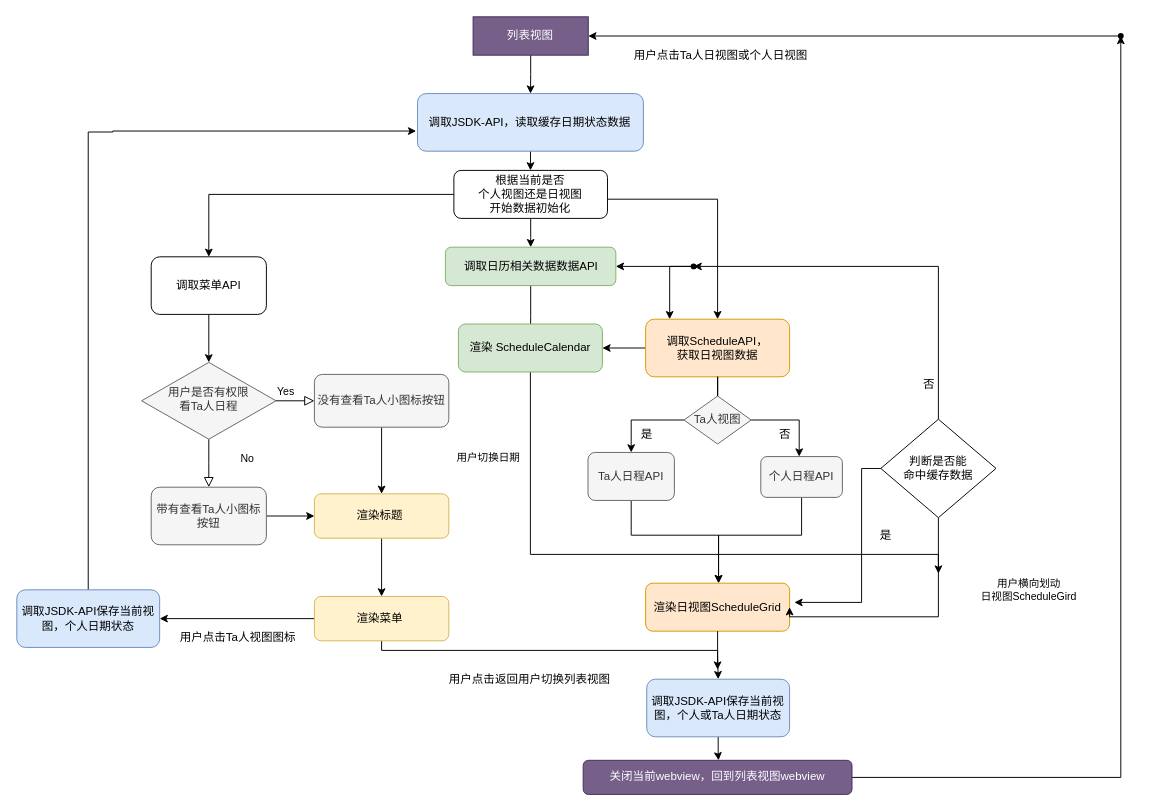
The draw.io diagram page "Page-1" (1 of 2) of Untitled Diagram.drawio in Leonard-Li777/awesome-ant-design, before the edit. Source tidied: cells renumbered, new cells numbered last; positions are measured from the earlier drawing's top-left corner, leaving out a move shared by most shapes. Both pictures are drawn from the tidied source at 96%, with x=0, y=0 at pixel (16, 16).
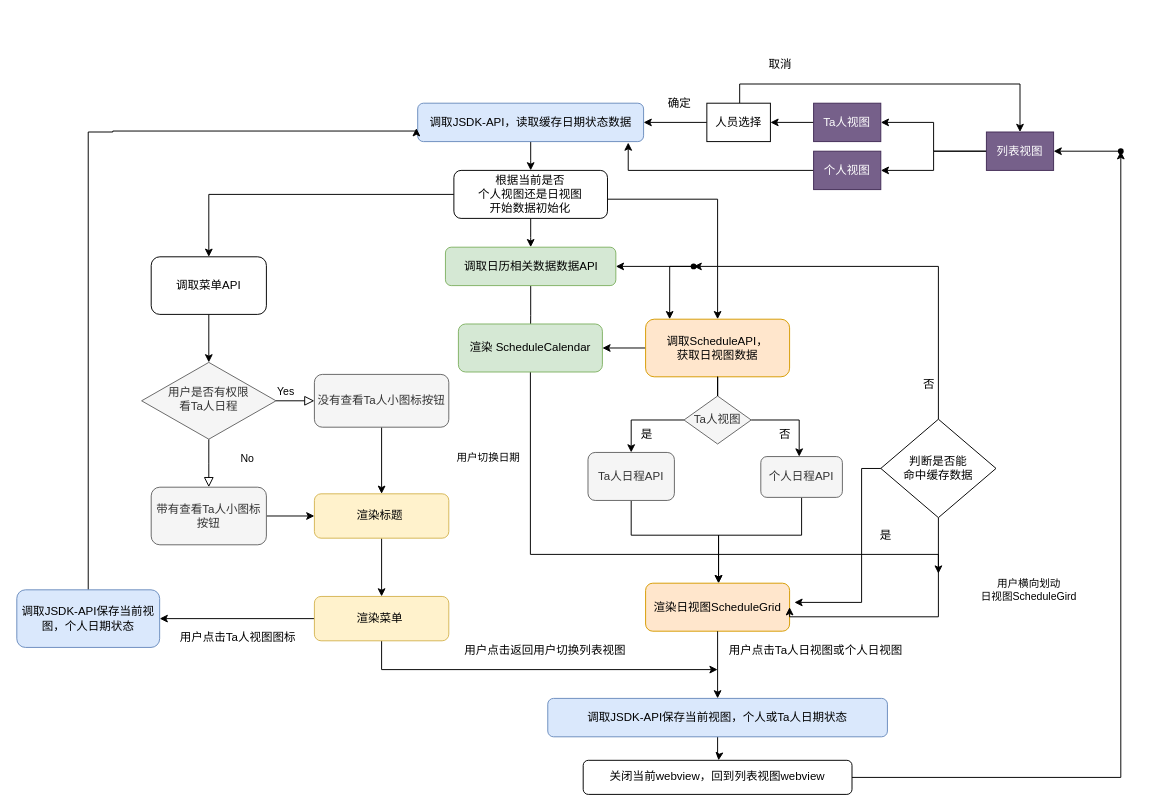
After the change.

Unchanged cells that the change refers to:
```xml
<mxCell id="52" value="渲染菜单&amp;nbsp;" style="rounded=1;whiteSpace=wrap;html=1;fontSize=12;glass=0;strokeWidth=1;shadow=0;fillColor=#fff2cc;strokeColor=#d6b656;" parent="1" vertex="1">
  <mxGeometry x="310" y="603.8" width="140" height="46.2" as="geometry" />
</mxCell>
```

Change to the diagram source:
```diff
@@
     <mxCell id="40" value="调取JSDK-API保存当前视图，个人或Ta人日期状态" style="whiteSpace=wrap;html=1;rounded=1;shadow=0;strokeWidth=1;glass=0;fillColor=#dae8fc;strokeColor=#6c8ebf;" parent="1" vertex="1">
-      <mxGeometry x="656.2" y="690" width="148.8" height="60" as="geometry" />
+      <mxGeometry x="553.1" y="710" width="353.8" height="40" as="geometry" />
     </mxCell>
@@
-    <mxCell id="43" value="关闭当前webview，回到列表视图webview" style="rounded=1;whiteSpace=wrap;html=1;fillColor=#76608a;strokeColor=#432D57;fontColor=#ffffff;" parent="1" vertex="1">
+    <mxCell id="43" value="关闭当前webview，回到列表视图webview" style="rounded=1;whiteSpace=wrap;html=1;" parent="1" vertex="1">
       <mxGeometry x="590" y="774.5" width="280" height="35.5" as="geometry" />
     </mxCell>
@@
     <mxCell id="49" value="用户点击返回用户切换列表视图" style="text;html=1;align=center;verticalAlign=middle;strokeColor=none;" parent="1" vertex="1">
-      <mxGeometry x="444" y="680" width="180" height="20" as="geometry" />
+      <mxGeometry x="460" y="650" width="180" height="20" as="geometry" />
     </mxCell>
     <mxCell id="50" style="edgeStyle=orthogonalEdgeStyle;rounded=0;jettySize=auto;html=1;" parent="1" edge="1" source="52">
       <mxGeometry relative="1" as="geometry">
         <mxPoint x="730" y="680" as="targetPoint" />
         <Array as="points">
-          <mxPoint x="380" y="660" />
-          <mxPoint x="730" y="660" />
+          <mxPoint x="380" y="680" />
         </Array>
       </mxGeometry>
     </mxCell>
@@
     <mxCell id="54" value="调取JSDK-API，读取缓存日期状态数据" style="rounded=1;whiteSpace=wrap;html=1;fillColor=#dae8fc;strokeColor=#6c8ebf;" parent="1" vertex="1">
-      <mxGeometry x="417.4" y="80" width="235.3" height="60" as="geometry" />
+      <mxGeometry x="417.6" y="90" width="235.3" height="40" as="geometry" />
     </mxCell>
@@
-    <mxCell id="59" style="edgeStyle=orthogonalEdgeStyle;rounded=0;jettySize=auto;html=1;" parent="1" edge="1" source="60" target="54">
-      <mxGeometry relative="1" as="geometry" />
-    </mxCell>
+    <mxCell id="64" style="edgeStyle=orthogonalEdgeStyle;rounded=0;jettySize=auto;html=1;" parent="1" edge="1" source="60" target="67">
+      <mxGeometry relative="1" as="geometry" />
+    </mxCell>
+    <mxCell id="65" style="edgeStyle=orthogonalEdgeStyle;rounded=0;jettySize=auto;html=1;" parent="1" edge="1" source="60" target="69">
+      <mxGeometry relative="1" as="geometry" />
+    </mxCell>
     <mxCell id="60" value="列表视图" style="whiteSpace=wrap;html=1;fillColor=#76608a;strokeColor=#432D57;fontColor=#ffffff;" parent="1" vertex="1">
-      <mxGeometry x="475.3" width="120" height="40" as="geometry" />
+      <mxGeometry x="1010" y="120" width="70" height="40" as="geometry" />
     </mxCell>
     <mxCell id="61" value="用户点击Ta人日视图或个人日视图" style="text;html=1;strokeColor=none;fillColor=none;align=center;verticalAlign=middle;whiteSpace=wrap;rounded=0;" parent="1" vertex="1">
-      <mxGeometry x="641.2" y="30" width="184.7" height="20" as="geometry" />
+      <mxGeometry x="740" y="650" width="184.7" height="20" as="geometry" />
     </mxCell>
     <mxCell id="62" style="edgeStyle=orthogonalEdgeStyle;rounded=0;jettySize=auto;html=1;" parent="1" edge="1" source="63" target="60">
-      <mxGeometry relative="1" as="geometry">
-        <Array as="points">
-          <mxPoint x="1150" y="20" />
-        </Array>
-      </mxGeometry>
+      <mxGeometry relative="1" as="geometry" />
     </mxCell>
     <mxCell id="63" style="shape=waypoint;size=6;points=[];fillColor=#ffffff;perimeter=centerPerimeter;snapToPoint=1;rounded=1;" parent="1" vertex="1">
-      <mxGeometry x="1130" width="40" height="40" as="geometry" />
+      <mxGeometry x="1130" y="120" width="40" height="40" as="geometry" />
     </mxCell>
+    <mxCell id="66" style="edgeStyle=orthogonalEdgeStyle;rounded=0;jettySize=auto;html=1;" parent="1" edge="1" source="67" target="72">
+      <mxGeometry relative="1" as="geometry" />
+    </mxCell>
+    <mxCell id="67" value="Ta人视图" style="whiteSpace=wrap;html=1;fontColor=#ffffff;strokeColor=#432D57;fillColor=#76608a;" parent="1" vertex="1">
+      <mxGeometry x="830" y="90" width="70" height="40" as="geometry" />
+    </mxCell>
+    <mxCell id="68" style="edgeStyle=orthogonalEdgeStyle;rounded=0;jettySize=auto;html=1;entryX=0.932;entryY=1.025;entryDx=0;entryDy=0;entryPerimeter=0;" parent="1" edge="1" source="69" target="54">
+      <mxGeometry relative="1" as="geometry" />
+    </mxCell>
+    <mxCell id="69" value="个人视图" style="rounded=0;whiteSpace=wrap;html=1;fillColor=#76608a;strokeColor=#432D57;fontColor=#ffffff;" parent="1" vertex="1">
+      <mxGeometry x="830" y="140" width="70" height="40" as="geometry" />
+    </mxCell>
+    <mxCell id="70" style="edgeStyle=orthogonalEdgeStyle;rounded=0;jettySize=auto;html=1;" parent="1" edge="1" source="72" target="54">
+      <mxGeometry relative="1" as="geometry" />
+    </mxCell>
+    <mxCell id="71" style="edgeStyle=orthogonalEdgeStyle;rounded=0;jettySize=auto;html=1;entryX=0.5;entryY=0;entryDx=0;entryDy=0;" parent="1" edge="1" source="72" target="60">
+      <mxGeometry relative="1" as="geometry">
+        <Array as="points">
+          <mxPoint x="753" y="70" />
+          <mxPoint x="1045" y="70" />
+        </Array>
+      </mxGeometry>
+    </mxCell>
+    <mxCell id="72" value="人员选择" style="whiteSpace=wrap;html=1;" parent="1" vertex="1">
+      <mxGeometry x="718.8" y="90" width="66.2" height="40" as="geometry" />
+    </mxCell>
+    <mxCell id="73" value="确定" style="text;html=1;align=center;verticalAlign=middle;strokeColor=none;" parent="1" vertex="1">
+      <mxGeometry x="670" y="80" width="40" height="20" as="geometry" />
+    </mxCell>
+    <mxCell id="74" value="取消" style="text;html=1;align=center;verticalAlign=middle;strokeColor=none;" parent="1" vertex="1">
+      <mxGeometry x="775" y="40" width="40" height="20" as="geometry" />
+    </mxCell>
```
